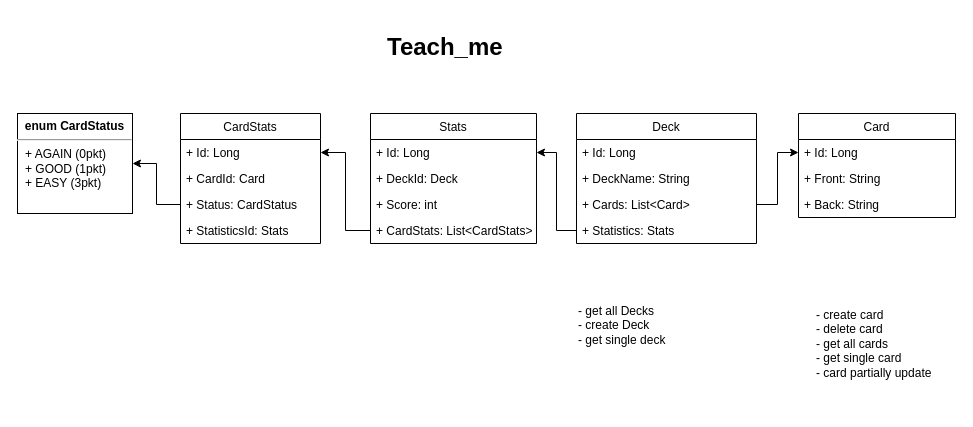
The draw.io diagram teachme.drawio in bobend212/Teach_me, before the edit. Source tidied: cells renumbered, new cells numbered last; positions are measured from the earlier drawing's top-left corner, leaving out a move shared by most shapes. Both pictures are drawn from the tidied source at 100%, with x=0, y=0 at pixel (17, 27).
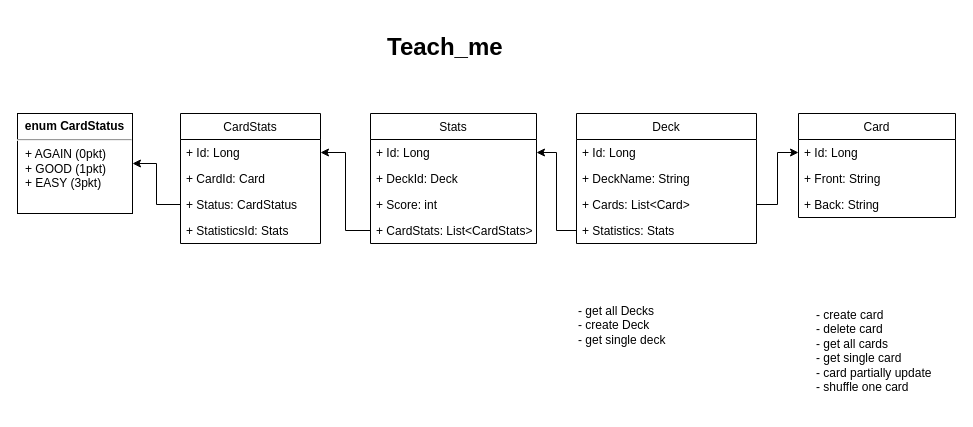
Above is the later version.

Change to the diagram source:
```diff
@@
-    <mxCell id="28" value="- create card&lt;br&gt;- delete card&lt;br&gt;- get all cards&lt;br&gt;- get single card&lt;br&gt;- card partially update" style="text;html=1;strokeColor=none;fillColor=none;align=left;verticalAlign=top;whiteSpace=wrap;rounded=0;" parent="1" vertex="1">
+    <mxCell id="28" value="- create card&lt;br&gt;- delete card&lt;br&gt;- get all cards&lt;br&gt;- get single card&lt;br&gt;- card partially update&lt;br&gt;- shuffle one card" style="text;html=1;strokeColor=none;fillColor=none;align=left;verticalAlign=top;whiteSpace=wrap;rounded=0;" parent="1" vertex="1">
       <mxGeometry x="797" y="274" width="130" height="109" as="geometry" />
     </mxCell>
```
